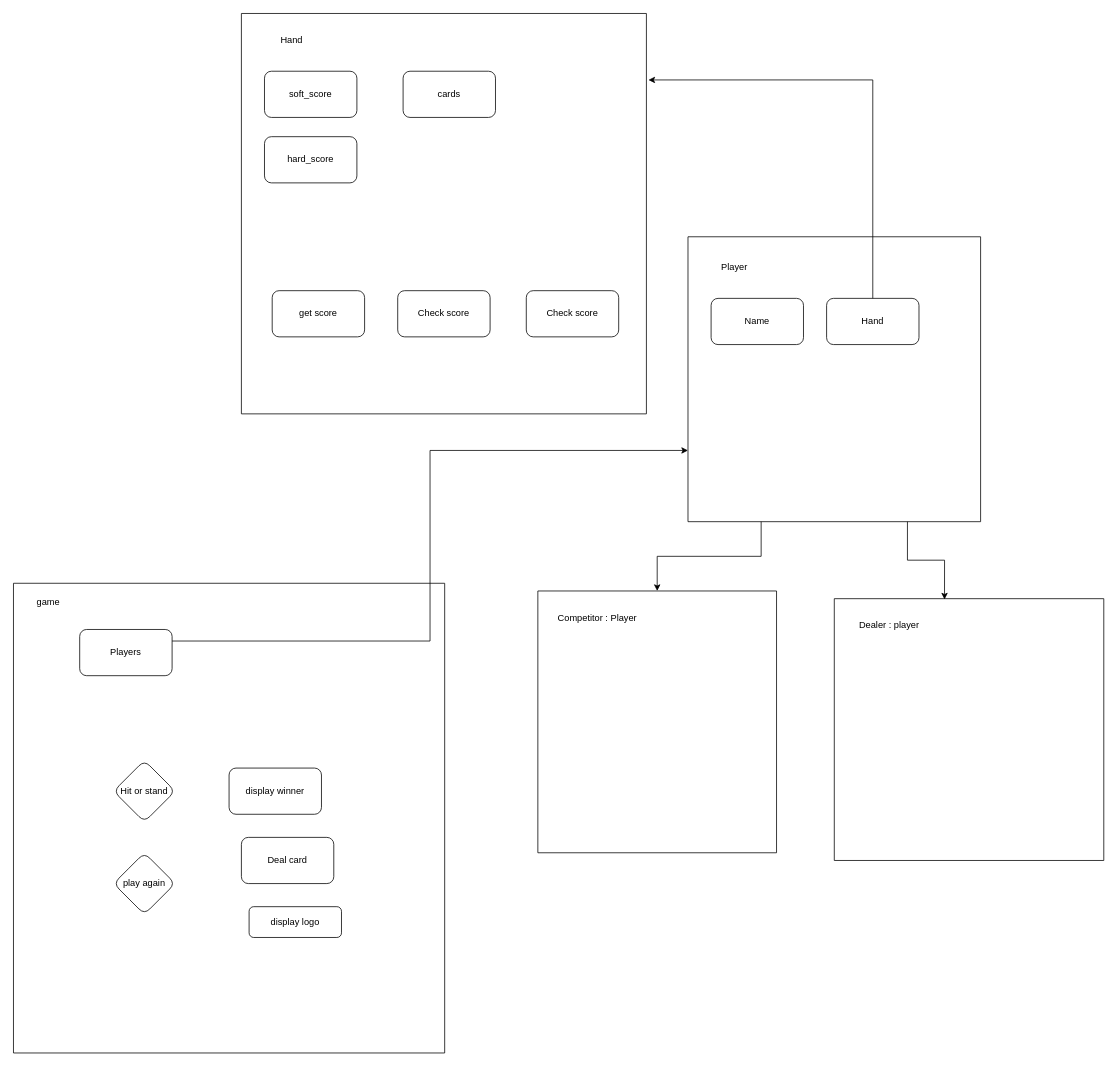
Earlier version of the draw.io diagram drawings/blackjack_classes.drawio (funkimunky/blackjack). Source tidied: cells renumbered, new cells numbered last; positions are measured from the earlier drawing's top-left corner, leaving out a move shared by most shapes. Both pictures are drawn from the tidied source at 77%, with x=0, y=0 at pixel (13, 13).
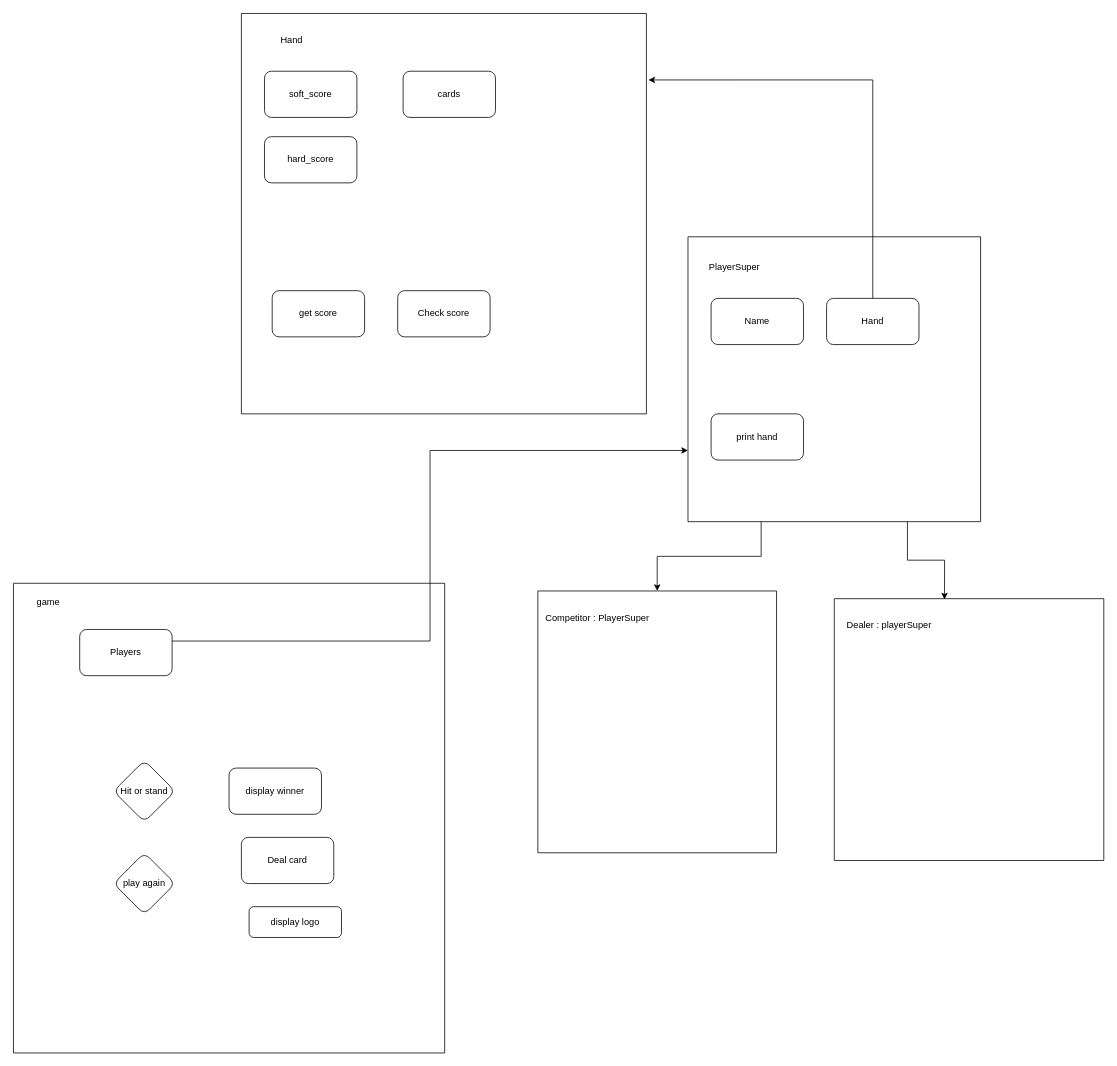
After the change.

Commit message:
update class drawing

Unchanged cells that the change refers to:
```xml
<mxCell id="10" style="swimlane;startSize=0;" parent="1" vertex="1">
  <mxGeometry x="681" y="750" width="310" height="340" as="geometry" />
</mxCell>
<mxCell id="12" style="swimlane;startSize=0;" parent="1" vertex="1">
  <mxGeometry x="296" width="526" height="520" as="geometry" />
</mxCell>
<mxCell id="20" style="swimlane;startSize=0;" parent="1" vertex="1">
  <mxGeometry x="1066" y="760" width="350" height="340" as="geometry" />
</mxCell>
<mxCell id="24" style="swimlane;startSize=0;" parent="1" vertex="1">
  <mxGeometry x="876" y="290" width="380" height="370" as="geometry" />
</mxCell>
```

What changed in the source:
```diff
@@
-    <mxCell id="11" value="Competitor : Player" style="text;html=1;align=center;verticalAlign=middle;strokeColor=none;fillColor=none;" parent="10" vertex="1">
-      <mxGeometry x="12" y="20" width="130" height="30" as="geometry" />
+    <mxCell id="11" value="Competitor : PlayerSuper" style="text;html=1;align=center;verticalAlign=middle;strokeColor=none;fillColor=none;" parent="10" vertex="1">
+      <mxGeometry x="-3" y="20" width="160" height="30" as="geometry" />
     </mxCell>
@@
-    <mxCell id="19" value="Check score" style="rounded=1;whiteSpace=wrap;html=1;" parent="12" vertex="1">
-      <mxGeometry x="370" y="360" width="120" height="60" as="geometry" />
-    </mxCell>
@@
-    <mxCell id="21" value="Dealer : player" style="text;html=1;align=center;verticalAlign=middle;strokeColor=none;fillColor=none;" parent="20" vertex="1">
-      <mxGeometry x="21" y="20" width="100" height="30" as="geometry" />
+    <mxCell id="21" value="Dealer : playerSuper" style="text;html=1;align=center;verticalAlign=middle;strokeColor=none;fillColor=none;" parent="20" vertex="1">
+      <mxGeometry x="6" y="20" width="130" height="30" as="geometry" />
     </mxCell>
@@
+    <mxCell id="30" value="print hand" style="rounded=1;whiteSpace=wrap;html=1;" parent="24" vertex="1">
+      <mxGeometry x="30" y="230" width="120" height="60" as="geometry" />
+    </mxCell>
-    <mxCell id="27" value="Player" style="text;html=1;align=center;verticalAlign=middle;strokeColor=none;fillColor=none;" parent="1" vertex="1">
-      <mxGeometry x="906" y="315" width="60" height="30" as="geometry" />
+    <mxCell id="27" value="PlayerSuper" style="text;html=1;align=center;verticalAlign=middle;strokeColor=none;fillColor=none;" parent="1" vertex="1">
+      <mxGeometry x="891" y="315" width="90" height="30" as="geometry" />
     </mxCell>
```
